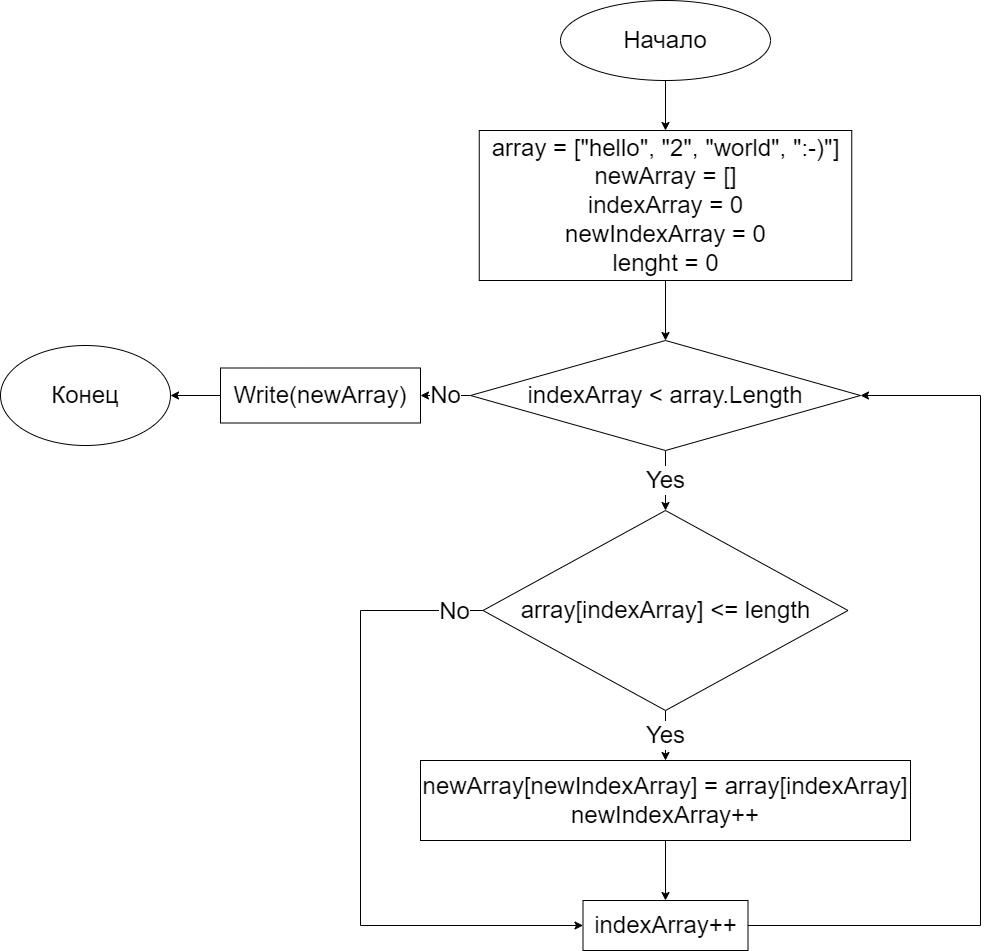
The draw.io diagram Диаграмма для итоговой работы первой четверти.drawio.png in Lego944/GB, before a commit. Source tidied: cells renumbered, new cells last; positions are measured from the earlier drawing's top-left corner, leaving out a move shared by most shapes.
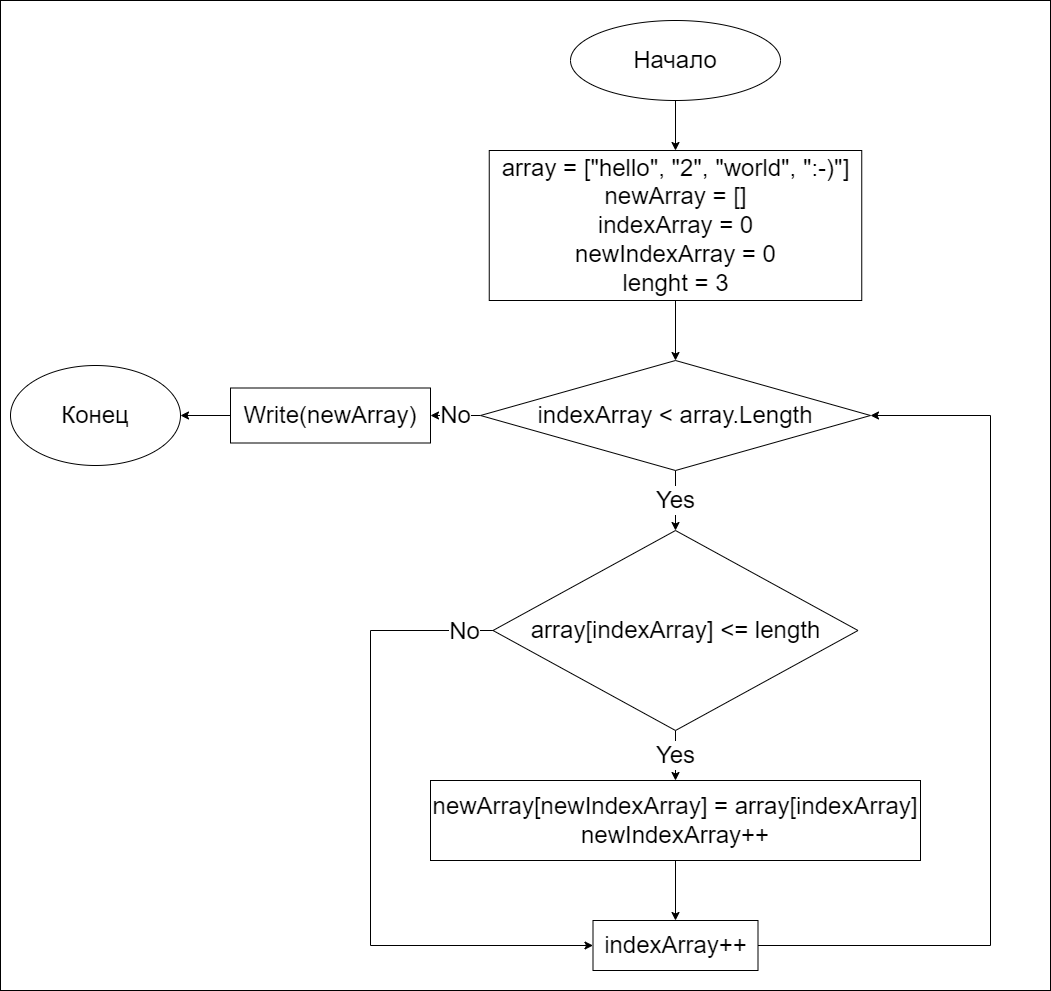
Above is the later version.

Diff of the diagram source:
```diff
@@ -1,7 +1,10 @@
-<mxGraphModel>
+<mxGraphModel background="#FFFFFF">
   <root>
     <mxCell id="0" />
     <mxCell id="1" parent="0" />
+    <mxCell id="20" style="rounded=0;whiteSpace=wrap;html=1;" parent="1" vertex="1">
+      <mxGeometry x="-10" y="-20" width="1050" height="990" as="geometry" />
+    </mxCell>
     <mxCell id="2" style="edgeStyle=orthogonalEdgeStyle;rounded=0;jettySize=auto;html=1;exitX=0.5;exitY=1;exitDx=0;exitDy=0;entryX=0.5;entryY=0;entryDx=0;entryDy=0;fontSize=24;" parent="1" edge="1" source="3" target="5">
       <mxGeometry relative="1" as="geometry" />
     </mxCell>
@@ -11,7 +14,7 @@
     <mxCell id="4" style="edgeStyle=orthogonalEdgeStyle;rounded=0;jettySize=auto;html=1;exitX=0.5;exitY=1;exitDx=0;exitDy=0;fontSize=24;" parent="1" edge="1" source="5" target="8">
       <mxGeometry relative="1" as="geometry" />
     </mxCell>
-    <mxCell id="5" value="array = [&quot;hello&quot;, &quot;2&quot;, &quot;world&quot;, &quot;:-)&quot;]&lt;br&gt;newArray = []&lt;br&gt;indexArray = 0&lt;br&gt;newIndexArray = 0&lt;br&gt;lenght = 0" style="rounded=0;whiteSpace=wrap;html=1;fontSize=24;" parent="1" vertex="1">
+    <mxCell id="5" value="array = [&quot;hello&quot;, &quot;2&quot;, &quot;world&quot;, &quot;:-)&quot;]&lt;br&gt;newArray = []&lt;br&gt;indexArray = 0&lt;br&gt;newIndexArray = 0&lt;br&gt;lenght = 3" style="rounded=0;whiteSpace=wrap;html=1;fontSize=24;" parent="1" vertex="1">
       <mxGeometry x="478.8" y="130" width="372.5" height="150" as="geometry" />
     </mxCell>
     <mxCell id="6" value="No" style="edgeStyle=orthogonalEdgeStyle;rounded=0;jettySize=auto;html=1;exitX=0;exitY=0.5;exitDx=0;exitDy=0;entryX=1;entryY=0.5;entryDx=0;entryDy=0;fontSize=24;" parent="1" edge="1" source="8" target="18">
```
